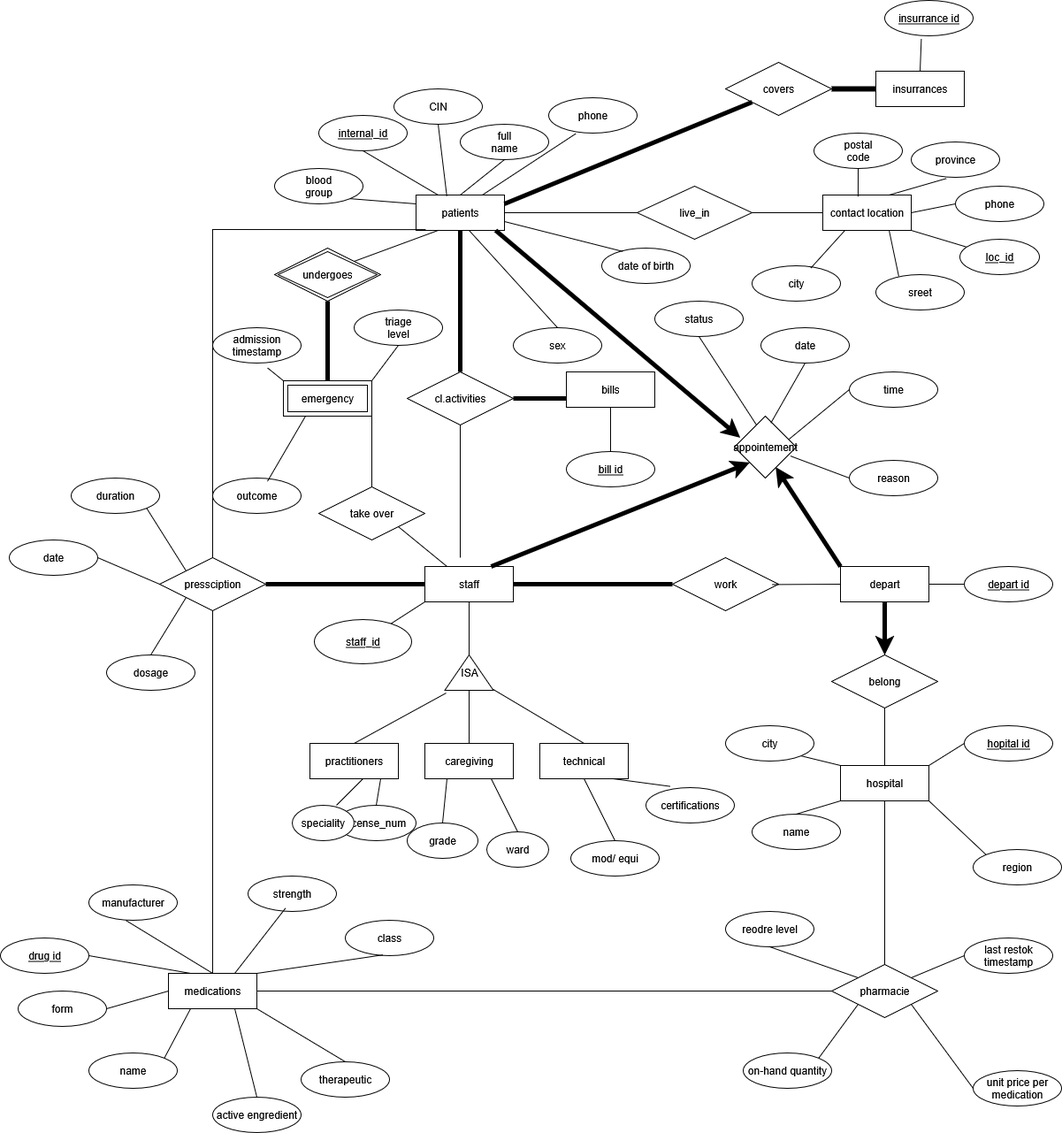
Before: ConceptualDesign/Figures/ER Diagram.png, a diagram exported from draw.io (yasserJarboua/QueryMasters). Source tidied: cells renumbered, new cells last; positions are measured from the earlier drawing's top-left corner, leaving out a move shared by most shapes.
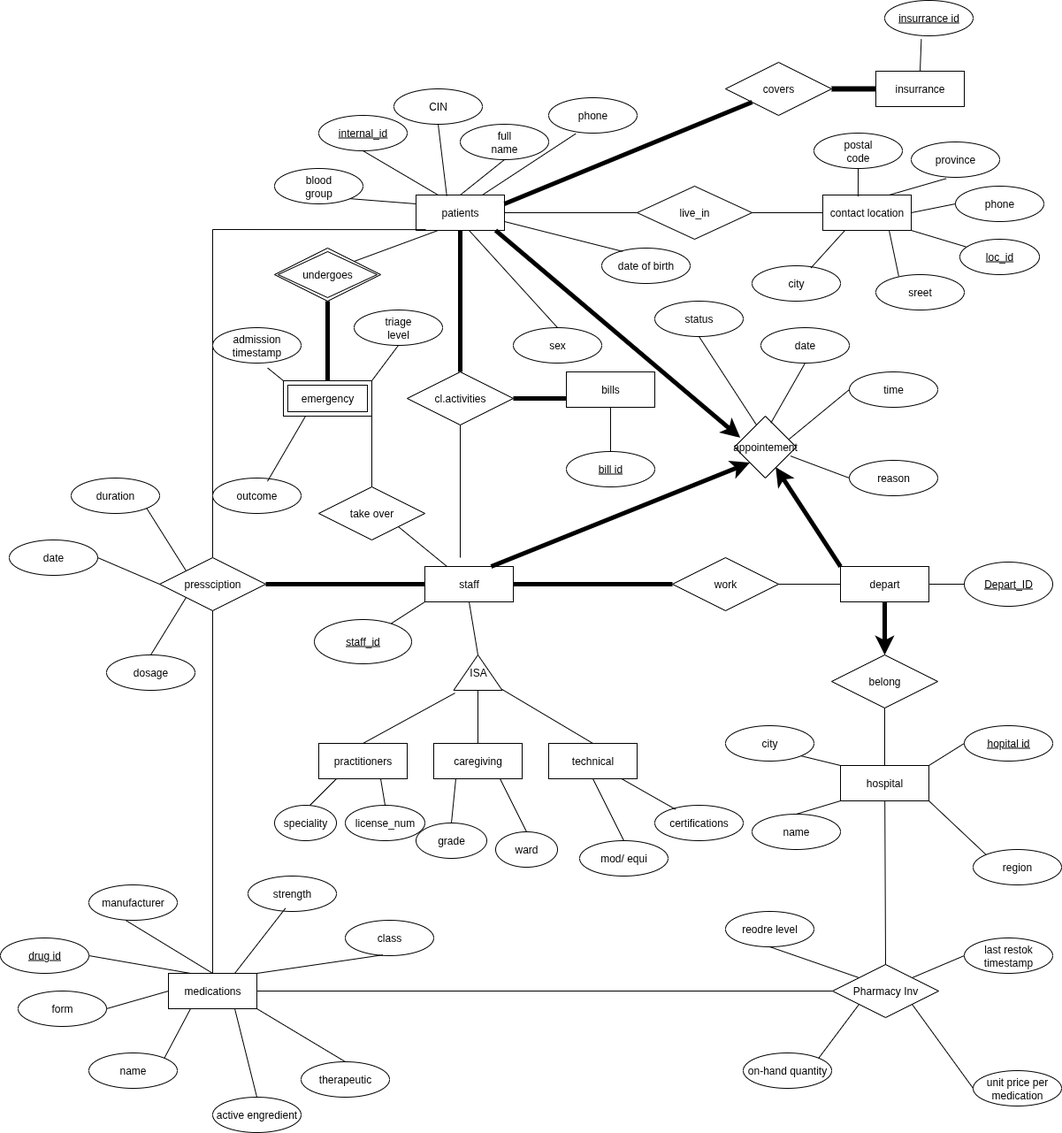
After the change.

The edit, as a diff of the source:
```diff
@@ -29,6 +29,13 @@
     <mxCell id="10" style="endArrow=none;html=1;rounded=0;exitX=1;exitY=0.5;exitDx=0;exitDy=0;entryX=0;entryY=0.5;entryDx=0;entryDy=0;" parent="1" edge="1" source="3" target="74">
       <mxGeometry relative="1" as="geometry" />
     </mxCell>
+    <mxCell id="152" style="edgeStyle=orthogonalEdgeStyle;rounded=0;jettySize=auto;html=1;entryX=0;entryY=0.5;entryDx=0;entryDy=0;strokeColor=default;shape=wire;dashed=1;" parent="1" edge="1" source="11" target="153">
+      <mxGeometry relative="1" as="geometry">
+        <Array as="points">
+          <mxPoint x="1100" y="660" />
+        </Array>
+      </mxGeometry>
+    </mxCell>
     <mxCell id="11" value="depart" style="whiteSpace=wrap;html=1;align=center;" parent="1" vertex="1">
       <mxGeometry x="950" y="640" width="100" height="40" as="geometry" />
     </mxCell>
@@ -38,8 +45,10 @@
     <mxCell id="13" style="endArrow=none;html=1;rounded=0;exitX=1;exitY=0.5;exitDx=0;exitDy=0;entryX=0;entryY=0.5;entryDx=0;entryDy=0;strokeWidth=5;" parent="1" edge="1" source="5" target="12">
       <mxGeometry relative="1" as="geometry" />
     </mxCell>
-    <mxCell id="14" style="endArrow=none;html=1;rounded=0;entryX=0;entryY=0.5;entryDx=0;entryDy=0;exitX=0.942;exitY=0.507;exitDx=0;exitDy=0;exitPerimeter=0;" parent="1" edge="1" source="12" target="11">
-      <mxGeometry relative="1" as="geometry" />
+    <mxCell id="14" style="endArrow=none;html=1;rounded=0;entryX=0;entryY=0.5;entryDx=0;entryDy=0;" parent="1" edge="1" target="11">
+      <mxGeometry relative="1" as="geometry">
+        <mxPoint x="880" y="660" as="sourcePoint" />
+      </mxGeometry>
     </mxCell>
     <mxCell id="15" value="belong" style="shape=rhombus;perimeter=rhombusPerimeter;whiteSpace=wrap;html=1;align=center;" parent="1" vertex="1">
       <mxGeometry x="940" y="740" width="120" height="60" as="geometry" />
@@ -47,7 +56,7 @@
     <mxCell id="16" style="endArrow=classic;html=1;rounded=0;entryX=0.5;entryY=0;entryDx=0;entryDy=0;exitX=0.5;exitY=1;exitDx=0;exitDy=0;strokeWidth=5;endFill=1;" parent="1" edge="1" source="11" target="15">
       <mxGeometry relative="1" as="geometry" />
     </mxCell>
-    <mxCell id="17" value="insurrances" style="whiteSpace=wrap;html=1;align=center;" parent="1" vertex="1">
+    <mxCell id="17" value="insurrance" style="whiteSpace=wrap;html=1;align=center;" parent="1" vertex="1">
       <mxGeometry x="990" y="80" width="100" height="40" as="geometry" />
     </mxCell>
     <mxCell id="18" value="covers" style="shape=rhombus;perimeter=rhombusPerimeter;whiteSpace=wrap;html=1;align=center;" parent="1" vertex="1">
@@ -261,7 +270,7 @@
       <mxGeometry relative="1" as="geometry" />
     </mxCell>
     <mxCell id="86" style="group;" parent="1" vertex="1">
-      <mxGeometry x="280" y="740" width="560" height="260" as="geometry" />
+      <mxGeometry x="290" y="740" width="560" height="260" as="geometry" />
     </mxCell>
     <mxCell id="87" value="ISA" style="triangle;whiteSpace=wrap;html=1;direction=north;" parent="86" vertex="1">
       <mxGeometry x="222.5" width="55" height="40" as="geometry" />
@@ -303,14 +312,23 @@
       <mxGeometry relative="1" as="geometry" />
     </mxCell>
     <mxCell id="100" value="certifications" style="ellipse;whiteSpace=wrap;html=1;align=center;" parent="86" vertex="1">
-      <mxGeometry x="450" y="150" width="100" height="40" as="geometry" />
+      <mxGeometry x="450" y="170" width="100" height="40" as="geometry" />
     </mxCell>
-    <mxCell id="101" style="endArrow=none;html=1;rounded=0;entryX=0.273;entryY=-0.035;entryDx=0;entryDy=0;entryPerimeter=0;exitX=0.823;exitY=0.998;exitDx=0;exitDy=0;exitPerimeter=0;" parent="86" edge="1" source="90" target="100">
+    <mxCell id="101" style="endArrow=none;html=1;rounded=0;entryX=0.237;entryY=0.119;entryDx=0;entryDy=0;entryPerimeter=0;exitX=0.823;exitY=0.998;exitDx=0;exitDy=0;exitPerimeter=0;" parent="86" edge="1" source="90" target="100">
       <mxGeometry relative="1" as="geometry" />
     </mxCell>
     <mxCell id="102" value="license_&lt;span style=&quot;background-color: transparent; color: light-dark(rgb(0, 0, 0), rgb(255, 255, 255));&quot;&gt;num&lt;/span&gt;" style="ellipse;whiteSpace=wrap;html=1;align=center;" parent="86" vertex="1">
       <mxGeometry x="100" y="170" width="90" height="40" as="geometry" />
     </mxCell>
+    <mxCell id="107" value="speciality" style="ellipse;whiteSpace=wrap;html=1;" parent="86" vertex="1">
+      <mxGeometry x="20" y="170" width="70" height="40" as="geometry" />
+    </mxCell>
+    <mxCell id="106" style="endArrow=none;html=1;rounded=0;" parent="86" edge="1">
+      <mxGeometry relative="1" as="geometry">
+        <mxPoint x="60" y="170" as="sourcePoint" />
+        <mxPoint x="90" y="140" as="targetPoint" />
+      </mxGeometry>
+    </mxCell>
     <mxCell id="103" value="&lt;u&gt;loc_id&lt;/u&gt;" style="ellipse;whiteSpace=wrap;html=1;" parent="1" vertex="1">
       <mxGeometry x="1085" y="270" width="90" height="40" as="geometry" />
     </mxCell>
@@ -320,15 +338,6 @@
     <mxCell id="105" value="&lt;u&gt;staff_id&lt;/u&gt;" style="ellipse;whiteSpace=wrap;html=1;" parent="1" vertex="1">
       <mxGeometry x="355" y="700" width="110" height="50" as="geometry" />
     </mxCell>
-    <mxCell id="106" style="endArrow=none;html=1;rounded=0;" parent="1" edge="1">
-      <mxGeometry relative="1" as="geometry">
-        <mxPoint x="380" y="910" as="sourcePoint" />
-        <mxPoint x="410" y="880" as="targetPoint" />
-      </mxGeometry>
-    </mxCell>
-    <mxCell id="107" value="speciality" style="ellipse;whiteSpace=wrap;html=1;" parent="1" vertex="1">
-      <mxGeometry x="330" y="910" width="70" height="40" as="geometry" />
-    </mxCell>
     <mxCell id="108" style="group;" parent="1" vertex="1">
       <mxGeometry x="20" y="990" width="470" height="290" as="geometry" />
     </mxCell>
@@ -412,8 +421,8 @@
     <mxCell id="134" value="bill id" style="ellipse;whiteSpace=wrap;html=1;align=center;fontStyle=4;" parent="1" vertex="1">
       <mxGeometry x="640" y="510" width="100" height="40" as="geometry" />
     </mxCell>
-    <mxCell id="135" value="pharmacie" style="shape=rhombus;perimeter=rhombusPerimeter;whiteSpace=wrap;html=1;align=center;" parent="1" vertex="1">
-      <mxGeometry x="940" y="1090" width="120" height="60" as="geometry" />
+    <mxCell id="135" value="Pharmacy Inv" style="shape=rhombus;perimeter=rhombusPerimeter;whiteSpace=wrap;html=1;align=center;" parent="1" vertex="1">
+      <mxGeometry x="941" y="1090" width="120" height="60" as="geometry" />
     </mxCell>
     <mxCell id="136" value="reodre level" style="ellipse;whiteSpace=wrap;html=1;align=center;" parent="1" vertex="1">
       <mxGeometry x="820" y="1030" width="100" height="40" as="geometry" />
@@ -457,11 +466,8 @@
     <mxCell id="149" style="endArrow=none;html=1;rounded=0;entryX=0;entryY=0;entryDx=0;entryDy=0;exitX=1;exitY=1;exitDx=0;exitDy=0;" parent="1" edge="1" source="146" target="148">
       <mxGeometry relative="1" as="geometry" />
     </mxCell>
-    <mxCell id="150" value="depart id" style="ellipse;whiteSpace=wrap;html=1;align=center;fontStyle=4;" parent="1" vertex="1">
-      <mxGeometry x="1090" y="640" width="100" height="40" as="geometry" />
-    </mxCell>
-    <mxCell id="151" style="endArrow=none;html=1;rounded=0;entryX=0;entryY=0.5;entryDx=0;entryDy=0;exitX=1;exitY=0.5;exitDx=0;exitDy=0;" parent="1" edge="1" source="11" target="150">
-      <mxGeometry relative="1" as="geometry" />
-    </mxCell>
+    <mxCell id="153" value="&lt;u&gt;Depart_ID&lt;/u&gt;" style="ellipse;whiteSpace=wrap;html=1;strokeColor=default;" parent="1" vertex="1">
+      <mxGeometry x="1090" y="635" width="100" height="50" as="geometry" />
+    </mxCell>
   </root>
 </mxGraphModel>
```
